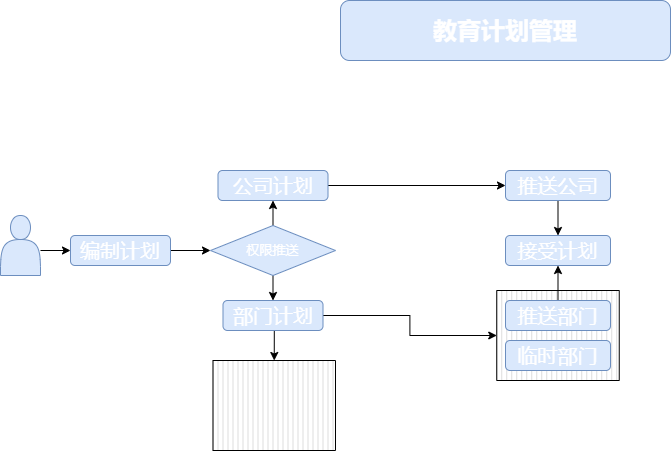
This is Untitled Diagram.drawio.png from lenonjone/Toolkits, a draw.io export, as it was before one commit. Source tidied: cells renumbered, new cells last; positions are measured from the earlier drawing's top-left corner, leaving out a move shared by most shapes.
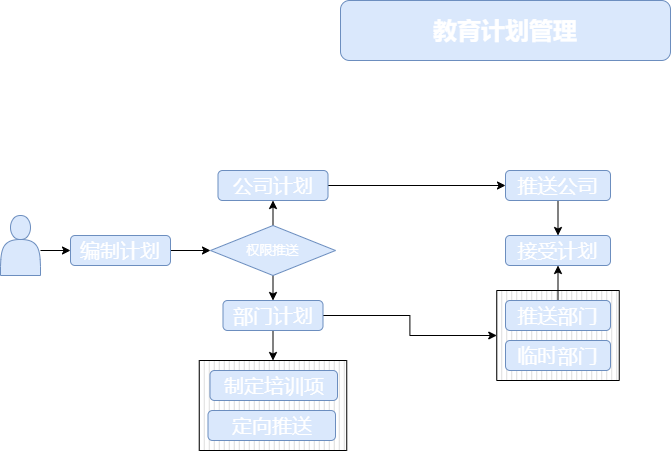
The same file after the commit.

Change to the diagram source:
```diff
@@ -3,7 +3,7 @@
     <mxCell id="0" />
     <mxCell id="1" parent="0" />
     <mxCell id="2" style="verticalLabelPosition=bottom;verticalAlign=top;html=1;shape=mxgraph.basic.patternFillRect;fillStyle=vert;step=5;fillStrokeWidth=0.2;fillStrokeColor=#dddddd;fontSize=13;fontColor=#FFFFFF;" parent="1" vertex="1">
-      <mxGeometry x="212.5" y="360" width="122.5" height="90" as="geometry" />
+      <mxGeometry x="198.8" y="360" width="147.5" height="90" as="geometry" />
     </mxCell>
     <mxCell id="3" style="verticalLabelPosition=bottom;verticalAlign=top;html=1;shape=mxgraph.basic.patternFillRect;fillStyle=vert;step=5;fillStrokeWidth=0.2;fillStrokeColor=#dddddd;fontSize=13;fontColor=#FFFFFF;" parent="1" vertex="1">
       <mxGeometry x="496.2" y="290" width="122.5" height="90" as="geometry" />
@@ -67,5 +67,11 @@
     <mxCell id="22" style="shape=actor;whiteSpace=wrap;html=1;fontSize=13;fillColor=#dae8fc;strokeColor=#6c8ebf;" parent="1" vertex="1">
       <mxGeometry y="215" width="40" height="60" as="geometry" />
     </mxCell>
+    <mxCell id="23" value="制定培训项" style="rounded=1;whiteSpace=wrap;html=1;fillColor=#dae8fc;strokeColor=#6c8ebf;fontColor=#FFFFFF;fontStyle=0;fontSize=20;" parent="1" vertex="1">
+      <mxGeometry x="209.5" y="370" width="127.5" height="30" as="geometry" />
+    </mxCell>
+    <mxCell id="24" value="定向推送" style="rounded=1;whiteSpace=wrap;html=1;fillColor=#dae8fc;strokeColor=#6c8ebf;fontColor=#FFFFFF;fontStyle=0;fontSize=20;" parent="1" vertex="1">
+      <mxGeometry x="207.5" y="410" width="127.5" height="30" as="geometry" />
+    </mxCell>
   </root>
 </mxGraphModel>
```
